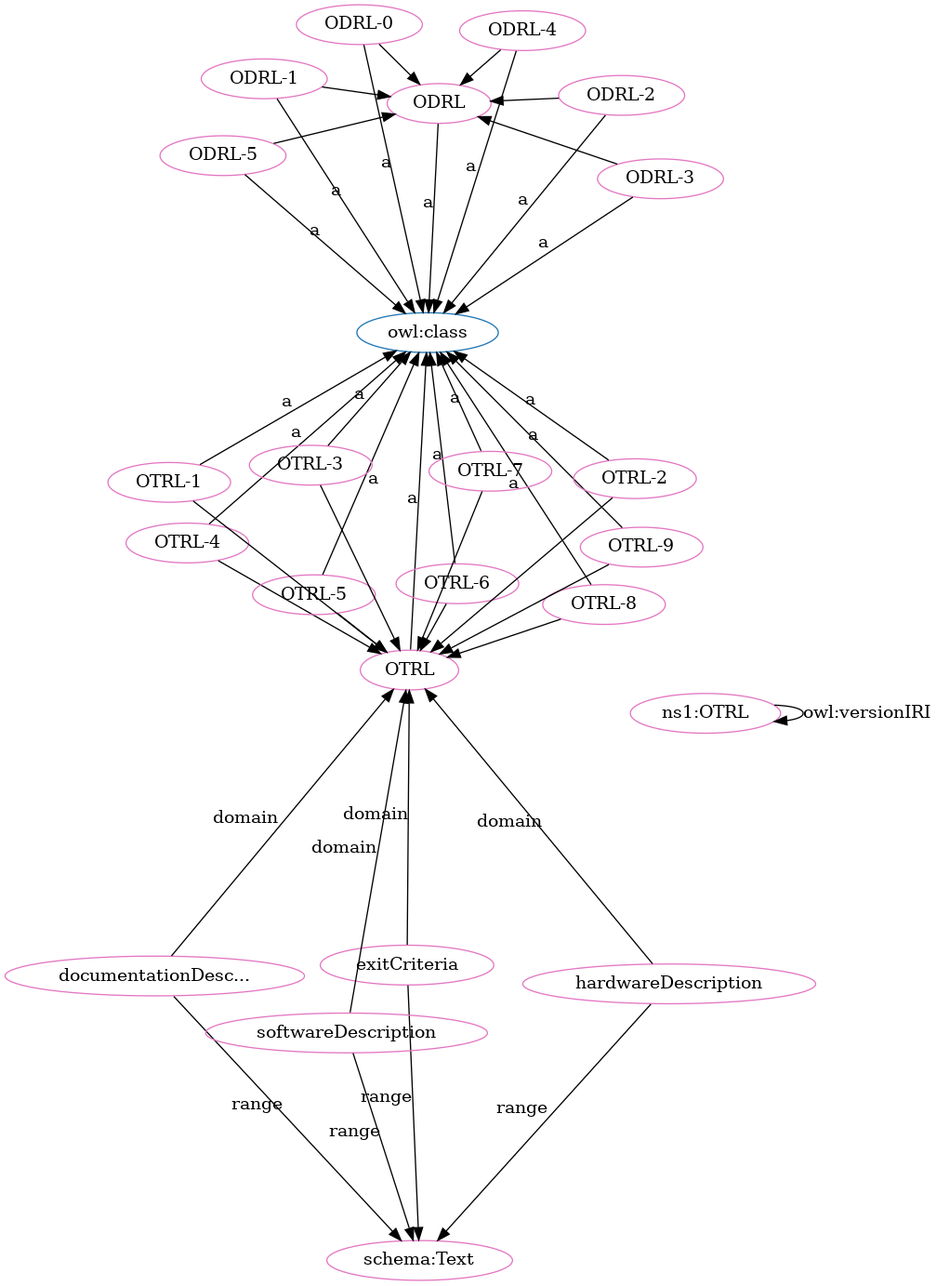
Before: OTRL-clean.png, a diagram exported from Graphviz (OPEN-NEXT/OKH-LOSH). Its source is kept beside it as OTRL-clean.dot.
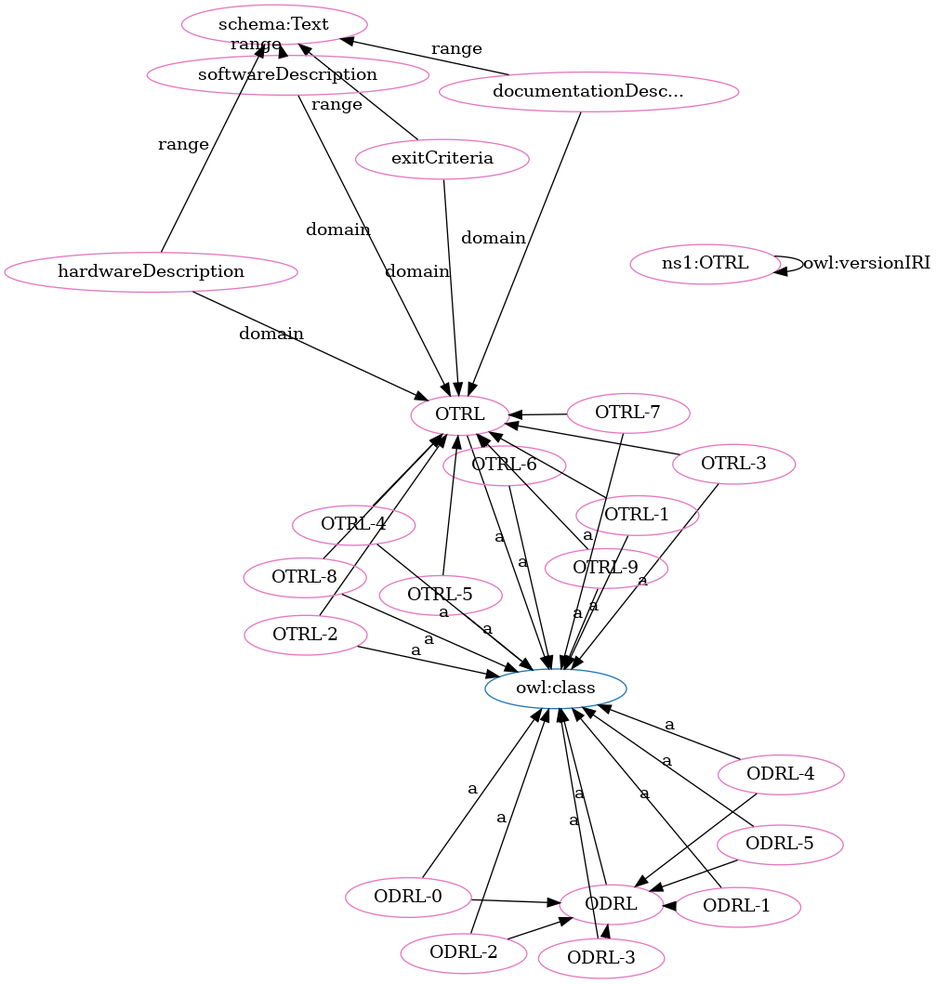
After the change.

What changed in the source:
```diff
@@ -1,71 +1,71 @@
 digraph G {
   rankdir=BT
   node[height=.3]
+"http://purl.org/oseg/ontologies/OTRL#ODRL" [fillcolor="#1f77b4" color="#1f77b4" label="ODRL"]
 "http://www.w3.org/2002/07/owl#class" [fillcolor="#1f77b4" color="#1f77b4" label="owl:class"]
-"http://purl.org/oseg/ontologies/OTRL#ODRL" [fillcolor="#1f77b4" color="#1f77b4" label="ODRL"]
 "http://purl.org/oseg/ontologies/OTRL#OTRL" [fillcolor="#1f77b4" color="#1f77b4" label="OTRL"]
+"http://purl.org/oseg/ontologies/OTRL#OTRL-3" [fillcolor="#e377c2" color="#e377c2" label="OTRL-3"]
+"http://purl.org/oseg/ontologies/OTRL#ODRL" [fillcolor="#e377c2" color="#e377c2" label="ODRL"]
+"http://schema.org/Text" [fillcolor="#e377c2" color="#e377c2" label="schema:Text"]
+"http://purl.org/oseg/ontologies/OTRL#OTRL" [fillcolor="#e377c2" color="#e377c2" label="OTRL"]
+"http://purl.org/oseg/ontologies/OTRL#OTRL-2" [fillcolor="#e377c2" color="#e377c2" label="OTRL-2"]
+"http://purl.org/oseg/ontologies/OTRL#ODRL-3" [fillcolor="#e377c2" color="#e377c2" label="ODRL-3"]
+"http://purl.org/oseg/ontologies/OTRL#OTRL-6" [fillcolor="#e377c2" color="#e377c2" label="OTRL-6"]
+"http://purl.org/oseg/ontologies/OTRL#OTRL-8" [fillcolor="#e377c2" color="#e377c2" label="OTRL-8"]
+"http://purl.org/oseg/ontologies/OTRL#OTRL-9" [fillcolor="#e377c2" color="#e377c2" label="OTRL-9"]
+"http://purl.org/oseg/ontologies/OTRL" [fillcolor="#e377c2" color="#e377c2" label="ns1:OTRL"]
+"http://purl.org/oseg/ontologies/OTRL#ODRL-1" [fillcolor="#e377c2" color="#e377c2" label="ODRL-1"]
 "http://purl.org/oseg/ontologies/OTRL#ODRL-0" [fillcolor="#e377c2" color="#e377c2" label="ODRL-0"]
-"http://purl.org/oseg/ontologies/OTRL#ODRL" [fillcolor="#e377c2" color="#e377c2" label="ODRL"]
-"http://purl.org/oseg/ontologies/OTRL#OTRL" [fillcolor="#e377c2" color="#e377c2" label="OTRL"]
-"http://purl.org/oseg/ontologies/OTRL" [fillcolor="#e377c2" color="#e377c2" label="ns1:OTRL"]
-"http://purl.org/oseg/ontologies/OTRL#ODRL-3" [fillcolor="#e377c2" color="#e377c2" label="ODRL-3"]
-"http://purl.org/oseg/ontologies/OTRL#OTRL-4" [fillcolor="#e377c2" color="#e377c2" label="OTRL-4"]
-"http://purl.org/oseg/ontologies/OTRL#documentationDescription" [fillcolor="#e377c2" color="#e377c2" label="documentationDesc..."]
-"http://purl.org/oseg/ontologies/OTRL#hardwareDescription" [fillcolor="#e377c2" color="#e377c2" label="hardwareDescription"]
-"http://purl.org/oseg/ontologies/OTRL#exitCriteria" [fillcolor="#e377c2" color="#e377c2" label="exitCriteria"]
-"http://schema.org/Text" [fillcolor="#e377c2" color="#e377c2" label="schema:Text"]
-"http://purl.org/oseg/ontologies/OTRL#OTRL-8" [fillcolor="#e377c2" color="#e377c2" label="OTRL-8"]
-"http://purl.org/oseg/ontologies/OTRL#OTRL-5" [fillcolor="#e377c2" color="#e377c2" label="OTRL-5"]
-"http://purl.org/oseg/ontologies/OTRL#ODRL-2" [fillcolor="#e377c2" color="#e377c2" label="ODRL-2"]
-"http://purl.org/oseg/ontologies/OTRL#OTRL-9" [fillcolor="#e377c2" color="#e377c2" label="OTRL-9"]
-"http://purl.org/oseg/ontologies/OTRL#OTRL-6" [fillcolor="#e377c2" color="#e377c2" label="OTRL-6"]
-"http://purl.org/oseg/ontologies/OTRL#OTRL-3" [fillcolor="#e377c2" color="#e377c2" label="OTRL-3"]
-"http://purl.org/oseg/ontologies/OTRL#OTRL-2" [fillcolor="#e377c2" color="#e377c2" label="OTRL-2"]
-"http://purl.org/oseg/ontologies/OTRL#ODRL-1" [fillcolor="#e377c2" color="#e377c2" label="ODRL-1"]
-"http://purl.org/oseg/ontologies/OTRL#softwareDescription" [fillcolor="#e377c2" color="#e377c2" label="softwareDescription"]
-"http://purl.org/oseg/ontologies/OTRL#ODRL-4" [fillcolor="#e377c2" color="#e377c2" label="ODRL-4"]
-"http://purl.org/oseg/ontologies/OTRL#ODRL-5" [fillcolor="#e377c2" color="#e377c2" label="ODRL-5"]
 "http://purl.org/oseg/ontologies/OTRL#OTRL-1" [fillcolor="#e377c2" color="#e377c2" label="OTRL-1"]
 "http://purl.org/oseg/ontologies/OTRL#OTRL-7" [fillcolor="#e377c2" color="#e377c2" label="OTRL-7"]
+"http://purl.org/oseg/ontologies/OTRL#ODRL-2" [fillcolor="#e377c2" color="#e377c2" label="ODRL-2"]
+"http://purl.org/oseg/ontologies/OTRL#ODRL-5" [fillcolor="#e377c2" color="#e377c2" label="ODRL-5"]
+"http://purl.org/oseg/ontologies/OTRL#ODRL-4" [fillcolor="#e377c2" color="#e377c2" label="ODRL-4"]
+"http://purl.org/oseg/ontologies/OTRL#OTRL-5" [fillcolor="#e377c2" color="#e377c2" label="OTRL-5"]
+"http://purl.org/oseg/ontologies/OTRL#exitCriteria" [fillcolor="#e377c2" color="#e377c2" label="exitCriteria"]
+"http://purl.org/oseg/ontologies/OTRL#documentationDescription" [fillcolor="#e377c2" color="#e377c2" label="documentationDesc..."]
+"http://purl.org/oseg/ontologies/OTRL#OTRL-4" [fillcolor="#e377c2" color="#e377c2" label="OTRL-4"]
+"http://purl.org/oseg/ontologies/OTRL#softwareDescription" [fillcolor="#e377c2" color="#e377c2" label="softwareDescription"]
+"http://purl.org/oseg/ontologies/OTRL#hardwareDescription" [fillcolor="#e377c2" color="#e377c2" label="hardwareDescription"]
+  "http://purl.org/oseg/ontologies/OTRL#OTRL-3" -> "http://www.w3.org/2002/07/owl#class" [label="a"]
   "http://purl.org/oseg/ontologies/OTRL#ODRL-0" -> "http://purl.org/oseg/ontologies/OTRL#ODRL" [label=""]
+  "http://purl.org/oseg/ontologies/OTRL#documentationDescription" -> "http://schema.org/Text" [label="range"]
+  "http://purl.org/oseg/ontologies/OTRL#OTRL-2" -> "http://purl.org/oseg/ontologies/OTRL#OTRL" [label=""]
+  "http://purl.org/oseg/ontologies/OTRL#OTRL-2" -> "http://www.w3.org/2002/07/owl#class" [label="a"]
+  "http://purl.org/oseg/ontologies/OTRL#ODRL-2" -> "http://purl.org/oseg/ontologies/OTRL#ODRL" [label=""]
   "http://purl.org/oseg/ontologies/OTRL#ODRL-3" -> "http://www.w3.org/2002/07/owl#class" [label="a"]
+  "http://purl.org/oseg/ontologies/OTRL#OTRL-8" -> "http://purl.org/oseg/ontologies/OTRL#OTRL" [label=""]
+  "http://purl.org/oseg/ontologies/OTRL#OTRL-8" -> "http://www.w3.org/2002/07/owl#class" [label="a"]
+  "http://purl.org/oseg/ontologies/OTRL#OTRL-4" -> "http://purl.org/oseg/ontologies/OTRL#OTRL" [label=""]
+  "http://purl.org/oseg/ontologies/OTRL#ODRL-3" -> "http://purl.org/oseg/ontologies/OTRL#ODRL" [label=""]
+  "http://purl.org/oseg/ontologies/OTRL#OTRL-9" -> "http://www.w3.org/2002/07/owl#class" [label="a"]
+  "http://purl.org/oseg/ontologies/OTRL" -> "http://purl.org/oseg/ontologies/OTRL" [label="owl:versionIRI"]
+  "http://purl.org/oseg/ontologies/OTRL#ODRL-1" -> "http://www.w3.org/2002/07/owl#class" [label="a"]
+  "http://purl.org/oseg/ontologies/OTRL#ODRL-4" -> "http://purl.org/oseg/ontologies/OTRL#ODRL" [label=""]
+  "http://purl.org/oseg/ontologies/OTRL#OTRL-1" -> "http://purl.org/oseg/ontologies/OTRL#OTRL" [label=""]
+  "http://purl.org/oseg/ontologies/OTRL#ODRL-1" -> "http://purl.org/oseg/ontologies/OTRL#ODRL" [label=""]
+  "http://purl.org/oseg/ontologies/OTRL#OTRL-1" -> "http://www.w3.org/2002/07/owl#class" [label="a"]
+  "http://purl.org/oseg/ontologies/OTRL#OTRL-9" -> "http://purl.org/oseg/ontologies/OTRL#OTRL" [label=""]
+  "http://purl.org/oseg/ontologies/OTRL#ODRL-5" -> "http://purl.org/oseg/ontologies/OTRL#ODRL" [label=""]
+  "http://purl.org/oseg/ontologies/OTRL#exitCriteria" -> "http://purl.org/oseg/ontologies/OTRL#OTRL" [label="domain"]
+  "http://purl.org/oseg/ontologies/OTRL#OTRL-4" -> "http://www.w3.org/2002/07/owl#class" [label="a"]
+  "http://purl.org/oseg/ontologies/OTRL#softwareDescription" -> "http://purl.org/oseg/ontologies/OTRL#OTRL" [label="domain"]
+  "http://purl.org/oseg/ontologies/OTRL#OTRL-6" -> "http://purl.org/oseg/ontologies/OTRL#OTRL" [label=""]
+  "http://purl.org/oseg/ontologies/OTRL#softwareDescription" -> "http://schema.org/Text" [label="range"]
+  "http://purl.org/oseg/ontologies/OTRL#OTRL-6" -> "http://www.w3.org/2002/07/owl#class" [label="a"]
+  "http://purl.org/oseg/ontologies/OTRL#ODRL-0" -> "http://www.w3.org/2002/07/owl#class" [label="a"]
   "http://purl.org/oseg/ontologies/OTRL#OTRL-7" -> "http://purl.org/oseg/ontologies/OTRL#OTRL" [label=""]
-  "http://purl.org/oseg/ontologies/OTRL#softwareDescription" -> "http://purl.org/oseg/ontologies/OTRL#OTRL" [label="domain"]
-  "http://purl.org/oseg/ontologies/OTRL#ODRL-5" -> "http://purl.org/oseg/ontologies/OTRL#ODRL" [label=""]
-  "http://purl.org/oseg/ontologies/OTRL#hardwareDescription" -> "http://schema.org/Text" [label="range"]
-  "http://purl.org/oseg/ontologies/OTRL#OTRL-8" -> "http://www.w3.org/2002/07/owl#class" [label="a"]
+  "http://purl.org/oseg/ontologies/OTRL#ODRL" -> "http://www.w3.org/2002/07/owl#class" [label="a"]
+  "http://purl.org/oseg/ontologies/OTRL#hardwareDescription" -> "http://purl.org/oseg/ontologies/OTRL#OTRL" [label="domain"]
+  "http://purl.org/oseg/ontologies/OTRL#OTRL-7" -> "http://www.w3.org/2002/07/owl#class" [label="a"]
+  "http://purl.org/oseg/ontologies/OTRL#ODRL-2" -> "http://www.w3.org/2002/07/owl#class" [label="a"]
+  "http://purl.org/oseg/ontologies/OTRL#ODRL-5" -> "http://www.w3.org/2002/07/owl#class" [label="a"]
+  "http://purl.org/oseg/ontologies/OTRL#exitCriteria" -> "http://schema.org/Text" [label="range"]
+  "http://purl.org/oseg/ontologies/OTRL#OTRL" -> "http://www.w3.org/2002/07/owl#class" [label="a"]
+  "http://purl.org/oseg/ontologies/OTRL#OTRL-5" -> "http://purl.org/oseg/ontologies/OTRL#OTRL" [label=""]
+  "http://purl.org/oseg/ontologies/OTRL#ODRL-4" -> "http://www.w3.org/2002/07/owl#class" [label="a"]
   "http://purl.org/oseg/ontologies/OTRL#documentationDescription" -> "http://purl.org/oseg/ontologies/OTRL#OTRL" [label="domain"]
   "http://purl.org/oseg/ontologies/OTRL#OTRL-5" -> "http://www.w3.org/2002/07/owl#class" [label="a"]
-  "http://purl.org/oseg/ontologies/OTRL#OTRL-9" -> "http://purl.org/oseg/ontologies/OTRL#OTRL" [label=""]
-  "http://purl.org/oseg/ontologies/OTRL#ODRL-2" -> "http://purl.org/oseg/ontologies/OTRL#ODRL" [label=""]
-  "http://purl.org/oseg/ontologies/OTRL#OTRL-9" -> "http://www.w3.org/2002/07/owl#class" [label="a"]
-  "http://purl.org/oseg/ontologies/OTRL#ODRL-1" -> "http://purl.org/oseg/ontologies/OTRL#ODRL" [label=""]
-  "http://purl.org/oseg/ontologies/OTRL#OTRL-6" -> "http://www.w3.org/2002/07/owl#class" [label="a"]
-  "http://purl.org/oseg/ontologies/OTRL#OTRL-3" -> "http://www.w3.org/2002/07/owl#class" [label="a"]
-  "http://purl.org/oseg/ontologies/OTRL#ODRL-1" -> "http://www.w3.org/2002/07/owl#class" [label="a"]
-  "http://purl.org/oseg/ontologies/OTRL#ODRL-4" -> "http://www.w3.org/2002/07/owl#class" [label="a"]
-  "http://purl.org/oseg/ontologies/OTRL#ODRL-5" -> "http://www.w3.org/2002/07/owl#class" [label="a"]
-  "http://purl.org/oseg/ontologies/OTRL#OTRL-1" -> "http://www.w3.org/2002/07/owl#class" [label="a"]
-  "http://purl.org/oseg/ontologies/OTRL#hardwareDescription" -> "http://purl.org/oseg/ontologies/OTRL#OTRL" [label="domain"]
-  "http://purl.org/oseg/ontologies/OTRL#OTRL-4" -> "http://purl.org/oseg/ontologies/OTRL#OTRL" [label=""]
-  "http://purl.org/oseg/ontologies/OTRL#ODRL-0" -> "http://www.w3.org/2002/07/owl#class" [label="a"]
-  "http://purl.org/oseg/ontologies/OTRL#OTRL" -> "http://www.w3.org/2002/07/owl#class" [label="a"]
-  "http://purl.org/oseg/ontologies/OTRL" -> "http://purl.org/oseg/ontologies/OTRL" [label="owl:versionIRI"]
-  "http://purl.org/oseg/ontologies/OTRL#OTRL-1" -> "http://purl.org/oseg/ontologies/OTRL#OTRL" [label=""]
-  "http://purl.org/oseg/ontologies/OTRL#OTRL-4" -> "http://www.w3.org/2002/07/owl#class" [label="a"]
-  "http://purl.org/oseg/ontologies/OTRL#ODRL-3" -> "http://purl.org/oseg/ontologies/OTRL#ODRL" [label=""]
-  "http://purl.org/oseg/ontologies/OTRL#exitCriteria" -> "http://schema.org/Text" [label="range"]
-  "http://purl.org/oseg/ontologies/OTRL#ODRL-2" -> "http://www.w3.org/2002/07/owl#class" [label="a"]
-  "http://purl.org/oseg/ontologies/OTRL#ODRL" -> "http://www.w3.org/2002/07/owl#class" [label="a"]
-  "http://purl.org/oseg/ontologies/OTRL#ODRL-4" -> "http://purl.org/oseg/ontologies/OTRL#ODRL" [label=""]
-  "http://purl.org/oseg/ontologies/OTRL#OTRL-8" -> "http://purl.org/oseg/ontologies/OTRL#OTRL" [label=""]
-  "http://purl.org/oseg/ontologies/OTRL#OTRL-2" -> "http://www.w3.org/2002/07/owl#class" [label="a"]
-  "http://purl.org/oseg/ontologies/OTRL#OTRL-5" -> "http://purl.org/oseg/ontologies/OTRL#OTRL" [label=""]
-  "http://purl.org/oseg/ontologies/OTRL#softwareDescription" -> "http://schema.org/Text" [label="range"]
-  "http://purl.org/oseg/ontologies/OTRL#documentationDescription" -> "http://schema.org/Text" [label="range"]
-  "http://purl.org/oseg/ontologies/OTRL#OTRL-6" -> "http://purl.org/oseg/ontologies/OTRL#OTRL" [label=""]
-  "http://purl.org/oseg/ontologies/OTRL#OTRL-7" -> "http://www.w3.org/2002/07/owl#class" [label="a"]
+  "http://purl.org/oseg/ontologies/OTRL#hardwareDescription" -> "http://schema.org/Text" [label="range"]
   "http://purl.org/oseg/ontologies/OTRL#OTRL-3" -> "http://purl.org/oseg/ontologies/OTRL#OTRL" [label=""]
-  "http://purl.org/oseg/ontologies/OTRL#OTRL-2" -> "http://purl.org/oseg/ontologies/OTRL#OTRL" [label=""]
-  "http://purl.org/oseg/ontologies/OTRL#exitCriteria" -> "http://purl.org/oseg/ontologies/OTRL#OTRL" [label="domain"]
 }
```
